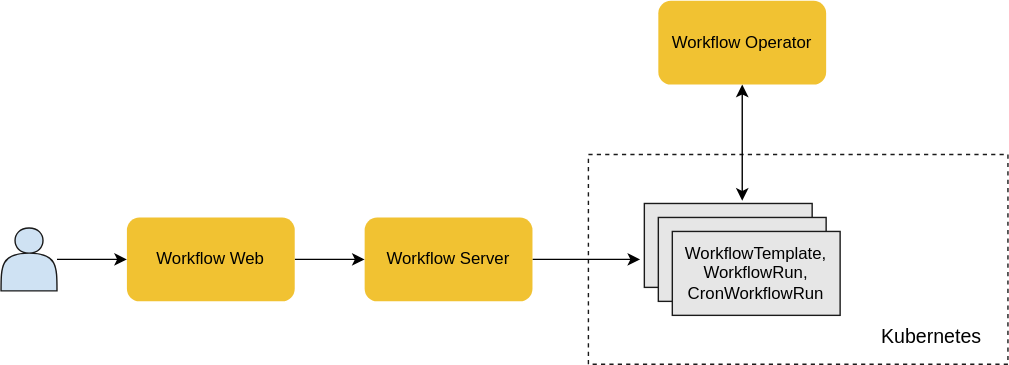
Above: src/assets/modules/workflow/architecture.drawio.svg in t9k/user-manuals (draw.io), before the change. Source tidied: cells renumbered, new cells last; positions are measured from the earlier drawing's top-left corner, leaving out a move shared by most shapes. The source it was exported from:
```xml
<mxGraphModel background="#ffffff">
  <root>
    <mxCell id="0" />
    <mxCell id="1" parent="0" />
    <mxCell id="2" style="rounded=0;whiteSpace=wrap;html=1;strokeColor=#1A1A1A;fillColor=none;dashed=1;" parent="1" vertex="1">
      <mxGeometry x="420" y="110" width="300" height="150" as="geometry" />
    </mxCell>
    <mxCell id="3" style="edgeStyle=orthogonalEdgeStyle;rounded=0;jettySize=auto;html=1;exitX=0.5;exitY=1;exitDx=0;exitDy=0;fontColor=#f0f0f0;strokeColor=#000000;startArrow=classic;startFill=1;" parent="1" edge="1" source="4">
      <mxGeometry relative="1" as="geometry">
        <mxPoint x="530" y="143" as="targetPoint" />
      </mxGeometry>
    </mxCell>
    <mxCell id="4" value="&lt;font color=&quot;#000000&quot;&gt;Workflow Operator&lt;/font&gt;" style="rounded=1;whiteSpace=wrap;html=1;strokeColor=none;fillColor=#f1c232ff;" parent="1" vertex="1">
      <mxGeometry x="470" width="120" height="60" as="geometry" />
    </mxCell>
    <mxCell id="5" style="edgeStyle=orthogonalEdgeStyle;rounded=0;jettySize=auto;html=1;exitX=1;exitY=0.5;exitDx=0;exitDy=0;fontColor=#f0f0f0;strokeColor=#000000;" parent="1" edge="1" source="6">
      <mxGeometry relative="1" as="geometry">
        <mxPoint x="457" y="185" as="targetPoint" />
      </mxGeometry>
    </mxCell>
    <mxCell id="6" value="&lt;font color=&quot;#000000&quot;&gt;Workflow Server&lt;/font&gt;" style="rounded=1;whiteSpace=wrap;html=1;strokeColor=none;fillColor=#f1c232ff;" parent="1" vertex="1">
      <mxGeometry x="260" y="155" width="120" height="60" as="geometry" />
    </mxCell>
    <mxCell id="7" style="edgeStyle=orthogonalEdgeStyle;rounded=0;jettySize=auto;html=1;exitX=1;exitY=0.5;exitDx=0;exitDy=0;entryX=0;entryY=0.5;entryDx=0;entryDy=0;fontColor=#f0f0f0;strokeColor=#000000;" parent="1" edge="1" source="8" target="6">
      <mxGeometry relative="1" as="geometry" />
    </mxCell>
    <mxCell id="8" value="&lt;font color=&quot;#000000&quot;&gt;Workflow Web&lt;/font&gt;" style="rounded=1;whiteSpace=wrap;html=1;strokeColor=none;fillColor=#f1c232ff;" parent="1" vertex="1">
      <mxGeometry x="90" y="155" width="120" height="60" as="geometry" />
    </mxCell>
    <mxCell id="9" style="rounded=0;whiteSpace=wrap;html=1;fillColor=#E6E6E6;strokeColor=#1A1A1A;" parent="1" vertex="1">
      <mxGeometry x="460" y="145" width="120" height="60" as="geometry" />
    </mxCell>
    <mxCell id="10" style="rounded=0;whiteSpace=wrap;html=1;fillColor=#E6E6E6;strokeColor=#1A1A1A;" parent="1" vertex="1">
      <mxGeometry x="470" y="155" width="120" height="60" as="geometry" />
    </mxCell>
    <mxCell id="11" value="&lt;span style=&quot;color: rgb(0 , 0 , 0)&quot;&gt;Task, TaskRun,&lt;/span&gt;&lt;br style=&quot;color: rgb(0 , 0 , 0)&quot;&gt;&lt;span style=&quot;color: rgb(0 , 0 , 0)&quot;&gt;CronTaskRun&lt;/span&gt;" style="rounded=0;whiteSpace=wrap;html=1;fillColor=#E6E6E6;strokeColor=#1A1A1A;" parent="1" vertex="1">
      <mxGeometry x="480" y="165" width="120" height="60" as="geometry" />
    </mxCell>
    <mxCell id="12" value="&lt;font color=&quot;#000000&quot; style=&quot;font-size: 14px&quot;&gt;Kubernetes&lt;/font&gt;" style="text;html=1;align=center;verticalAlign=middle;fillColor=none;strokeColor=none;rounded=0;dashed=1;fontColor=#f0f0f0;" parent="1" vertex="1">
      <mxGeometry x="620" y="230" width="90" height="20" as="geometry" />
    </mxCell>
    <mxCell id="13" style="edgeStyle=orthogonalEdgeStyle;rounded=0;jettySize=auto;html=1;entryX=0;entryY=0.5;entryDx=0;entryDy=0;fontColor=#f0f0f0;strokeColor=#000000;" parent="1" edge="1" target="8">
      <mxGeometry relative="1" as="geometry">
        <mxPoint x="40" y="185" as="sourcePoint" />
      </mxGeometry>
    </mxCell>
    <mxCell id="14" style="shape=actor;whiteSpace=wrap;html=1;fontColor=#f0f0f0;strokeColor=#1A1A1A;fillColor=#cfe2f3ff;" parent="1" vertex="1">
      <mxGeometry y="162.5" width="40" height="45" as="geometry" />
    </mxCell>
  </root>
</mxGraphModel>
```
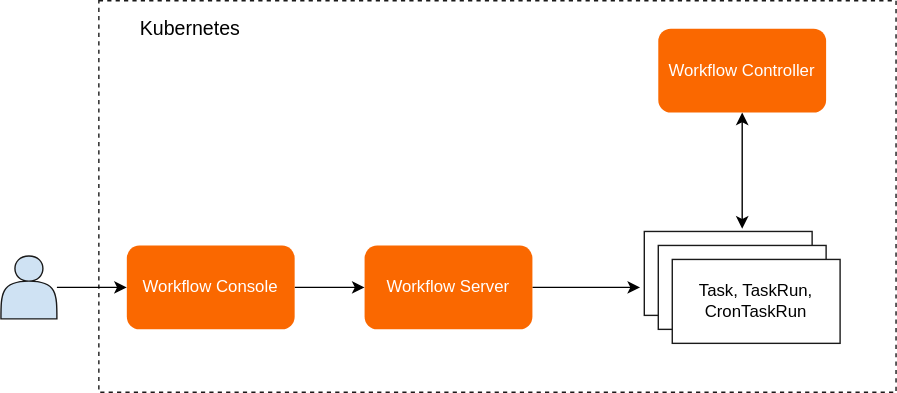
Above is the later version.

What changed in the source:
```diff
@@ -3,14 +3,14 @@
     <mxCell id="0" />
     <mxCell id="1" parent="0" />
     <mxCell id="2" style="rounded=0;whiteSpace=wrap;html=1;strokeColor=#1A1A1A;fillColor=none;dashed=1;" parent="1" vertex="1">
-      <mxGeometry x="420" y="110" width="300" height="150" as="geometry" />
+      <mxGeometry x="70" y="-20" width="570" height="280" as="geometry" />
     </mxCell>
     <mxCell id="3" style="edgeStyle=orthogonalEdgeStyle;rounded=0;jettySize=auto;html=1;exitX=0.5;exitY=1;exitDx=0;exitDy=0;fontColor=#f0f0f0;strokeColor=#000000;startArrow=classic;startFill=1;" parent="1" edge="1" source="4">
       <mxGeometry relative="1" as="geometry">
         <mxPoint x="530" y="143" as="targetPoint" />
       </mxGeometry>
     </mxCell>
-    <mxCell id="4" value="&lt;font color=&quot;#000000&quot;&gt;Workflow Operator&lt;/font&gt;" style="rounded=1;whiteSpace=wrap;html=1;strokeColor=none;fillColor=#f1c232ff;" parent="1" vertex="1">
+    <mxCell id="4" value="&lt;font color=&quot;#ffffff&quot;&gt;Workflow Controller&lt;/font&gt;" style="rounded=1;whiteSpace=wrap;html=1;strokeColor=none;fillColor=#fa6800;fontColor=#000000;" parent="1" vertex="1">
       <mxGeometry x="470" width="120" height="60" as="geometry" />
     </mxCell>
     <mxCell id="5" style="edgeStyle=orthogonalEdgeStyle;rounded=0;jettySize=auto;html=1;exitX=1;exitY=0.5;exitDx=0;exitDy=0;fontColor=#f0f0f0;strokeColor=#000000;" parent="1" edge="1" source="6">
@@ -18,26 +18,26 @@
         <mxPoint x="457" y="185" as="targetPoint" />
       </mxGeometry>
     </mxCell>
-    <mxCell id="6" value="&lt;font color=&quot;#000000&quot;&gt;Workflow Server&lt;/font&gt;" style="rounded=1;whiteSpace=wrap;html=1;strokeColor=none;fillColor=#f1c232ff;" parent="1" vertex="1">
+    <mxCell id="6" value="&lt;font color=&quot;#ffffff&quot;&gt;Workflow Server&lt;/font&gt;" style="rounded=1;whiteSpace=wrap;html=1;strokeColor=none;fillColor=#fa6800;fontColor=#000000;" parent="1" vertex="1">
       <mxGeometry x="260" y="155" width="120" height="60" as="geometry" />
     </mxCell>
     <mxCell id="7" style="edgeStyle=orthogonalEdgeStyle;rounded=0;jettySize=auto;html=1;exitX=1;exitY=0.5;exitDx=0;exitDy=0;entryX=0;entryY=0.5;entryDx=0;entryDy=0;fontColor=#f0f0f0;strokeColor=#000000;" parent="1" edge="1" source="8" target="6">
       <mxGeometry relative="1" as="geometry" />
     </mxCell>
-    <mxCell id="8" value="&lt;font color=&quot;#000000&quot;&gt;Workflow Web&lt;/font&gt;" style="rounded=1;whiteSpace=wrap;html=1;strokeColor=none;fillColor=#f1c232ff;" parent="1" vertex="1">
+    <mxCell id="8" value="&lt;font color=&quot;#ffffff&quot;&gt;Workflow Console&lt;/font&gt;" style="rounded=1;whiteSpace=wrap;html=1;strokeColor=none;fillColor=#fa6800;fontColor=#000000;" parent="1" vertex="1">
       <mxGeometry x="90" y="155" width="120" height="60" as="geometry" />
     </mxCell>
-    <mxCell id="9" style="rounded=0;whiteSpace=wrap;html=1;fillColor=#E6E6E6;strokeColor=#1A1A1A;" parent="1" vertex="1">
+    <mxCell id="9" style="rounded=0;whiteSpace=wrap;html=1;fillColor=#FFFFFF;strokeColor=#1A1A1A;" parent="1" vertex="1">
       <mxGeometry x="460" y="145" width="120" height="60" as="geometry" />
     </mxCell>
-    <mxCell id="10" style="rounded=0;whiteSpace=wrap;html=1;fillColor=#E6E6E6;strokeColor=#1A1A1A;" parent="1" vertex="1">
+    <mxCell id="10" style="rounded=0;whiteSpace=wrap;html=1;fillColor=#FFFFFF;strokeColor=#1A1A1A;" parent="1" vertex="1">
       <mxGeometry x="470" y="155" width="120" height="60" as="geometry" />
     </mxCell>
-    <mxCell id="11" value="&lt;span style=&quot;color: rgb(0 , 0 , 0)&quot;&gt;Task, TaskRun,&lt;/span&gt;&lt;br style=&quot;color: rgb(0 , 0 , 0)&quot;&gt;&lt;span style=&quot;color: rgb(0 , 0 , 0)&quot;&gt;CronTaskRun&lt;/span&gt;" style="rounded=0;whiteSpace=wrap;html=1;fillColor=#E6E6E6;strokeColor=#1A1A1A;" parent="1" vertex="1">
+    <mxCell id="11" value="&lt;span style=&quot;color: rgb(0 , 0 , 0)&quot;&gt;Task, TaskRun,&lt;/span&gt;&lt;br style=&quot;color: rgb(0 , 0 , 0)&quot;&gt;&lt;span style=&quot;color: rgb(0 , 0 , 0)&quot;&gt;CronTaskRun&lt;/span&gt;" style="rounded=0;whiteSpace=wrap;html=1;fillColor=#FFFFFF;strokeColor=#1A1A1A;" parent="1" vertex="1">
       <mxGeometry x="480" y="165" width="120" height="60" as="geometry" />
     </mxCell>
     <mxCell id="12" value="&lt;font color=&quot;#000000&quot; style=&quot;font-size: 14px&quot;&gt;Kubernetes&lt;/font&gt;" style="text;html=1;align=center;verticalAlign=middle;fillColor=none;strokeColor=none;rounded=0;dashed=1;fontColor=#f0f0f0;" parent="1" vertex="1">
-      <mxGeometry x="620" y="230" width="90" height="20" as="geometry" />
+      <mxGeometry x="90" y="-10" width="90" height="20" as="geometry" />
     </mxCell>
     <mxCell id="13" style="edgeStyle=orthogonalEdgeStyle;rounded=0;jettySize=auto;html=1;entryX=0;entryY=0.5;entryDx=0;entryDy=0;fontColor=#f0f0f0;strokeColor=#000000;" parent="1" edge="1" target="8">
       <mxGeometry relative="1" as="geometry">
```
